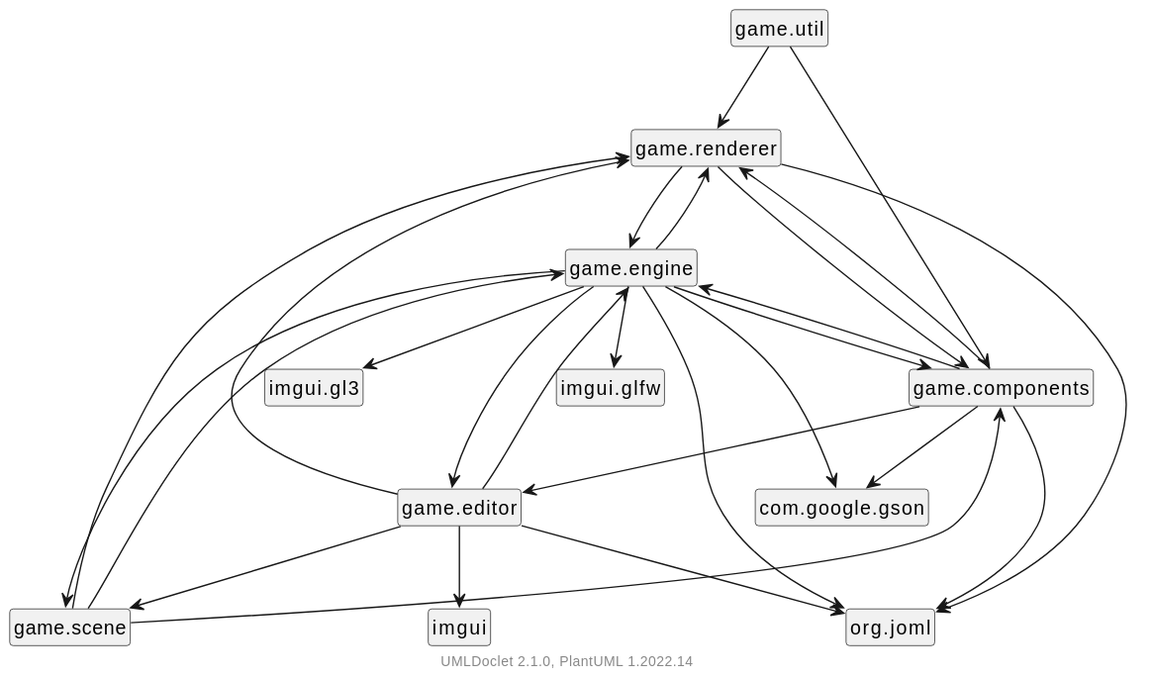
This is doc/javadoc/package-dependencies.svg from Hirschiii/JavaGameEngine, a PlantUML export, as it was before one commit.
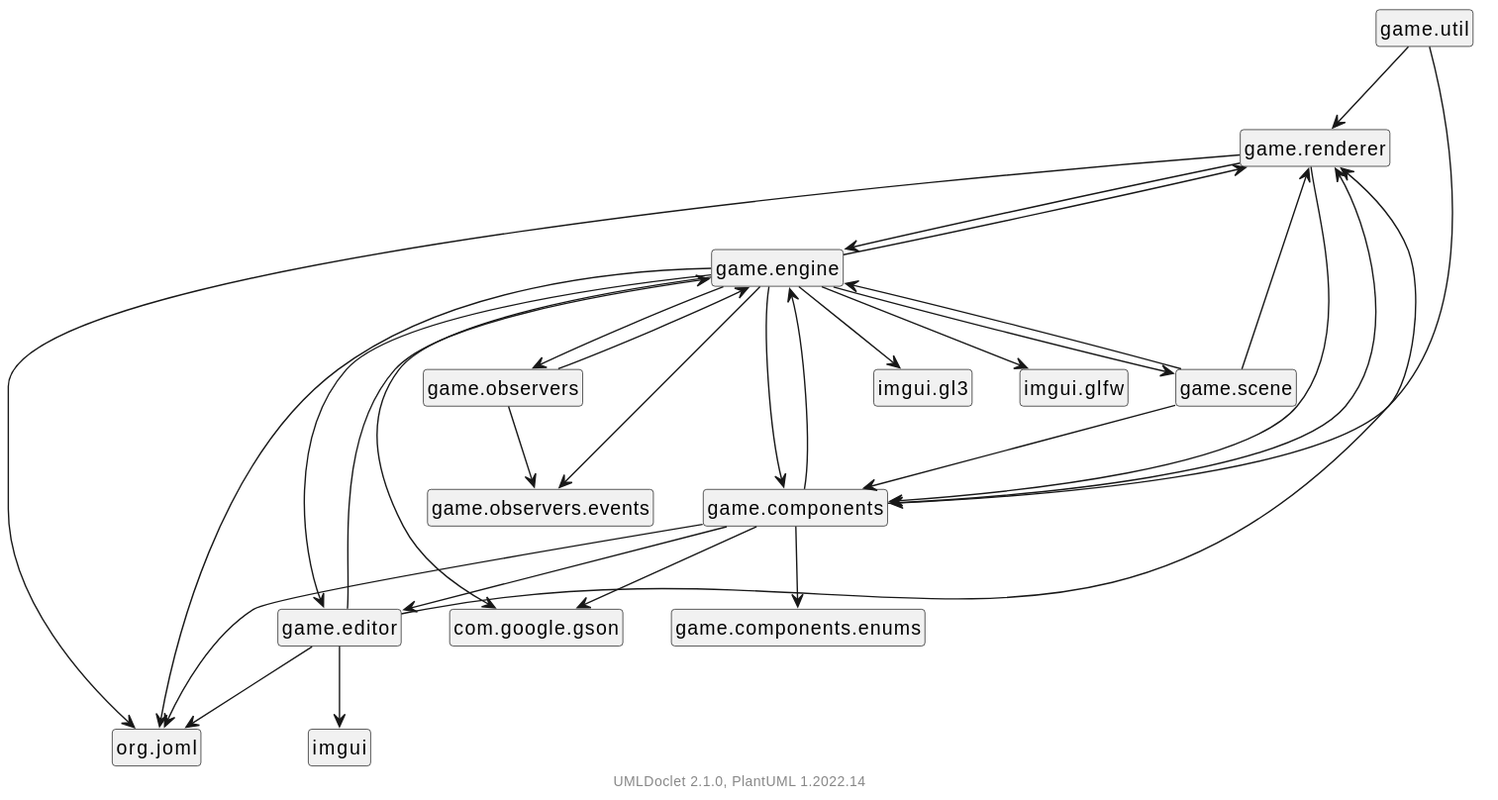
Later version of the same file.

What changed in the source:
```diff
@@ -15,21 +15,25 @@
     game.components --> game.renderer
     game.components --> game.editor
     game.components --> com.google.gson
+    game.components --> game.components.enums
     game.scene --> game.components
     game.scene --> game.engine
     game.scene --> game.renderer
     game.engine --> org.joml
+    game.engine --> game.observers
     game.engine --> game.renderer
     game.engine --> game.scene
+    game.engine --> game.observers.events
     game.engine --> game.components
     game.engine --> imgui.gl3
     game.engine --> imgui.glfw
     game.engine --> game.editor
     game.engine --> com.google.gson
+    game.observers --> game.engine
+    game.observers --> game.observers.events
     game.editor --> org.joml
     game.editor --> game.engine
     game.editor --> game.renderer
-    game.editor --> game.scene
     game.editor --> imgui
 
     class "game.renderer" [[game/renderer/package-summary.html]] {
@@ -42,7 +46,13 @@
     }
     class "game.editor" [[game/editor/package-summary.html]] {
     }
+    class "game.components.enums" [[game/components/enums/package-summary.html]] {
+    }
     class "game.scene" [[game/scene/package-summary.html]] {
+    }
+    class "game.observers" [[game/observers/package-summary.html]] {
+    }
+    class "game.observers.events" [[game/observers/events/package-summary.html]] {
     }
 
     center footer UMLDoclet 2.1.0, PlantUML %version()
```
